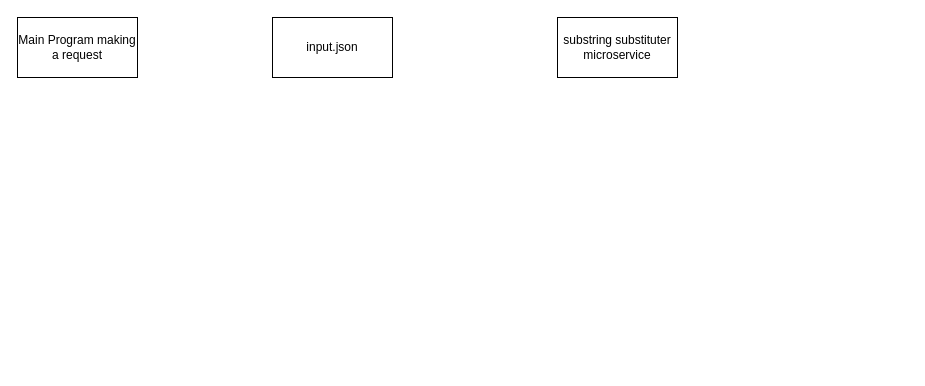
Earlier version of the draw.io diagram s2.6-assgn8-microA.drawio (FlintSable/substring-replacer-microservice). Source tidied: cells renumbered, new cells numbered last; positions are measured from the earlier drawing's top-left corner, leaving out a move shared by most shapes. Both pictures are drawn from the tidied source at 100%, with x=0, y=0 at pixel (17, 17).
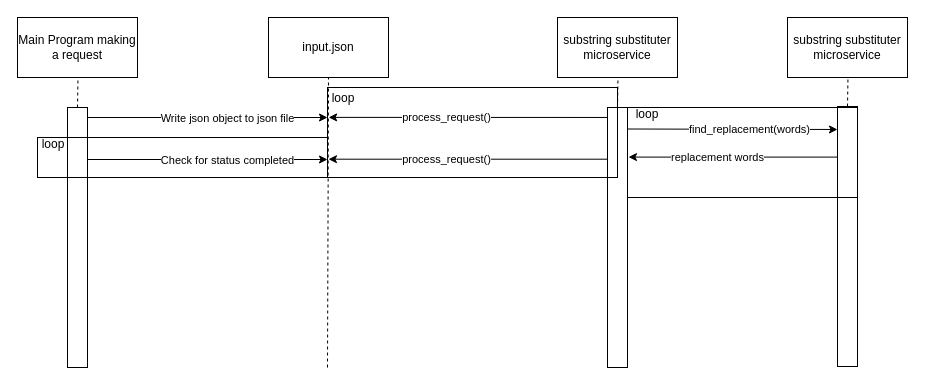
After the change.

Change to the diagram source:
```diff
@@
     <mxCell id="3" value="input.json" style="rounded=0;whiteSpace=wrap;html=1;" parent="1" vertex="1">
-      <mxGeometry x="255" width="120" height="60" as="geometry" />
+      <mxGeometry x="251" width="120" height="60" as="geometry" />
     </mxCell>
@@
+    <mxCell id="5" style="endArrow=none;dashed=1;html=1;rounded=0;entryX=0.5;entryY=1;entryDx=0;entryDy=0;" parent="1" edge="1" target="3">
+      <mxGeometry relative="1" as="geometry">
+        <mxPoint x="310" y="350" as="sourcePoint" />
+      </mxGeometry>
+    </mxCell>
+    <mxCell id="6" style="endArrow=none;dashed=1;html=1;rounded=0;entryX=0.5;entryY=1;entryDx=0;entryDy=0;" parent="1" edge="1">
+      <mxGeometry relative="1" as="geometry">
+        <mxPoint x="60" y="90" as="sourcePoint" />
+        <mxPoint x="60.5" y="60" as="targetPoint" />
+      </mxGeometry>
+    </mxCell>
+    <mxCell id="7" style="endArrow=none;dashed=1;html=1;rounded=0;entryX=0.5;entryY=1;entryDx=0;entryDy=0;" parent="1" edge="1">
+      <mxGeometry relative="1" as="geometry">
+        <mxPoint x="600" y="90" as="sourcePoint" />
+        <mxPoint x="600.5" y="60" as="targetPoint" />
+      </mxGeometry>
+    </mxCell>
+    <mxCell id="8" style="rounded=0;whiteSpace=wrap;html=1;" parent="1" vertex="1">
+      <mxGeometry x="50" y="90" width="20" height="260" as="geometry" />
+    </mxCell>
+    <mxCell id="9" style="rounded=0;whiteSpace=wrap;html=1;" parent="1" vertex="1">
+      <mxGeometry x="590" y="90" width="20" height="260" as="geometry" />
+    </mxCell>
+    <mxCell id="10" style="rounded=0;whiteSpace=wrap;html=1;fillColor=none;" parent="1" vertex="1">
+      <mxGeometry x="20" y="120" width="290" height="40" as="geometry" />
+    </mxCell>
+    <mxCell id="11" value="loop" style="text;html=1;align=center;verticalAlign=middle;whiteSpace=wrap;rounded=0;" parent="1" vertex="1">
+      <mxGeometry x="6" y="112" width="60" height="30" as="geometry" />
+    </mxCell>
+    <mxCell id="12" style="endArrow=classic;html=1;rounded=0;verticalAlign=top;" parent="1" edge="1">
+      <mxGeometry relative="1" as="geometry">
+        <mxPoint x="70" y="142" as="sourcePoint" />
+        <mxPoint x="310" y="142" as="targetPoint" />
+      </mxGeometry>
+    </mxCell>
+    <mxCell id="13" value="&lt;font style=&quot;font-size: 11px;&quot;&gt;Check for status completed&lt;/font&gt;" style="edgeLabel;html=1;align=center;verticalAlign=middle;" parent="12" vertex="1">
+      <mxGeometry x="0.16" relative="1" as="geometry" />
+    </mxCell>
+    <mxCell id="14" style="endArrow=classic;html=1;rounded=0;verticalAlign=top;" parent="1" edge="1">
+      <mxGeometry relative="1" as="geometry">
+        <mxPoint x="70" y="100" as="sourcePoint" />
+        <mxPoint x="310" y="100" as="targetPoint" />
+      </mxGeometry>
+    </mxCell>
+    <mxCell id="15" value="&lt;font style=&quot;font-size: 11px;&quot;&gt;Write json object to json file&lt;/font&gt;" style="edgeLabel;html=1;align=center;verticalAlign=middle;" parent="14" vertex="1">
+      <mxGeometry x="0.16" relative="1" as="geometry" />
+    </mxCell>
+    <mxCell id="16" style="rounded=0;whiteSpace=wrap;html=1;fillColor=none;" parent="1" vertex="1">
+      <mxGeometry x="310" y="70" width="290" height="90" as="geometry" />
+    </mxCell>
+    <mxCell id="17" value="loop" style="text;html=1;align=center;verticalAlign=middle;whiteSpace=wrap;rounded=0;" parent="1" vertex="1">
+      <mxGeometry x="296" y="66" width="60" height="30" as="geometry" />
+    </mxCell>
+    <mxCell id="18" style="endArrow=classic;html=1;rounded=0;verticalAlign=top;entryX=0.004;entryY=0.332;entryDx=0;entryDy=0;entryPerimeter=0;exitX=0.966;exitY=0.333;exitDx=0;exitDy=0;exitPerimeter=0;" parent="1" edge="1" source="16" target="16">
+      <mxGeometry relative="1" as="geometry" />
+    </mxCell>
+    <mxCell id="19" value="process_request()" style="edgeLabel;html=1;align=center;verticalAlign=middle;" parent="18" vertex="1">
+      <mxGeometry x="0.16" relative="1" as="geometry" />
+    </mxCell>
+    <mxCell id="20" style="endArrow=classic;html=1;rounded=0;verticalAlign=top;entryX=0.004;entryY=0.332;entryDx=0;entryDy=0;entryPerimeter=0;exitX=0.966;exitY=0.333;exitDx=0;exitDy=0;exitPerimeter=0;" parent="1" edge="1">
+      <mxGeometry relative="1" as="geometry">
+        <mxPoint x="590" y="141.7" as="sourcePoint" />
+        <mxPoint x="311" y="141.7" as="targetPoint" />
+      </mxGeometry>
+    </mxCell>
+    <mxCell id="21" value="process_request()" style="edgeLabel;html=1;align=center;verticalAlign=middle;" parent="20" vertex="1">
+      <mxGeometry x="0.16" relative="1" as="geometry" />
+    </mxCell>
+    <mxCell id="22" value="substring substituter&lt;div&gt;microservice&lt;/div&gt;" style="rounded=0;whiteSpace=wrap;html=1;" parent="1" vertex="1">
+      <mxGeometry x="770" width="120" height="60" as="geometry" />
+    </mxCell>
+    <mxCell id="23" style="endArrow=none;dashed=1;html=1;rounded=0;entryX=0.5;entryY=1;entryDx=0;entryDy=0;" parent="1" edge="1">
+      <mxGeometry relative="1" as="geometry">
+        <mxPoint x="830" y="89" as="sourcePoint" />
+        <mxPoint x="830.5" y="59" as="targetPoint" />
+      </mxGeometry>
+    </mxCell>
+    <mxCell id="24" style="rounded=0;whiteSpace=wrap;html=1;" parent="1" vertex="1">
+      <mxGeometry x="820" y="89" width="20" height="260" as="geometry" />
+    </mxCell>
+    <mxCell id="25" style="rounded=0;whiteSpace=wrap;html=1;fillColor=none;" parent="1" vertex="1">
+      <mxGeometry x="610" y="90" width="230" height="90" as="geometry" />
+    </mxCell>
+    <mxCell id="26" value="loop" style="text;html=1;align=center;verticalAlign=middle;whiteSpace=wrap;rounded=0;" parent="1" vertex="1">
+      <mxGeometry x="600" y="82" width="60" height="30" as="geometry" />
+    </mxCell>
+    <mxCell id="27" style="endArrow=classic;html=1;rounded=0;verticalAlign=top;" parent="1" edge="1">
+      <mxGeometry relative="1" as="geometry">
+        <mxPoint x="610" y="111.5" as="sourcePoint" />
+        <mxPoint x="820" y="112" as="targetPoint" />
+      </mxGeometry>
+    </mxCell>
+    <mxCell id="28" value="&lt;font style=&quot;font-size: 11px;&quot;&gt;find_replacement(words)&lt;/font&gt;" style="edgeLabel;html=1;align=center;verticalAlign=middle;" parent="27" vertex="1">
+      <mxGeometry x="0.16" relative="1" as="geometry" />
+    </mxCell>
+    <mxCell id="29" style="endArrow=classic;html=1;rounded=0;verticalAlign=top;entryX=0.004;entryY=0.332;entryDx=0;entryDy=0;entryPerimeter=0;" parent="1" edge="1">
+      <mxGeometry relative="1" as="geometry">
+        <mxPoint x="820" y="139.6" as="sourcePoint" />
+        <mxPoint x="611" y="139.6" as="targetPoint" />
+      </mxGeometry>
+    </mxCell>
+    <mxCell id="30" value="replacement words" style="edgeLabel;html=1;align=center;verticalAlign=middle;" parent="29" vertex="1">
+      <mxGeometry x="0.16" relative="1" as="geometry" />
+    </mxCell>
```
